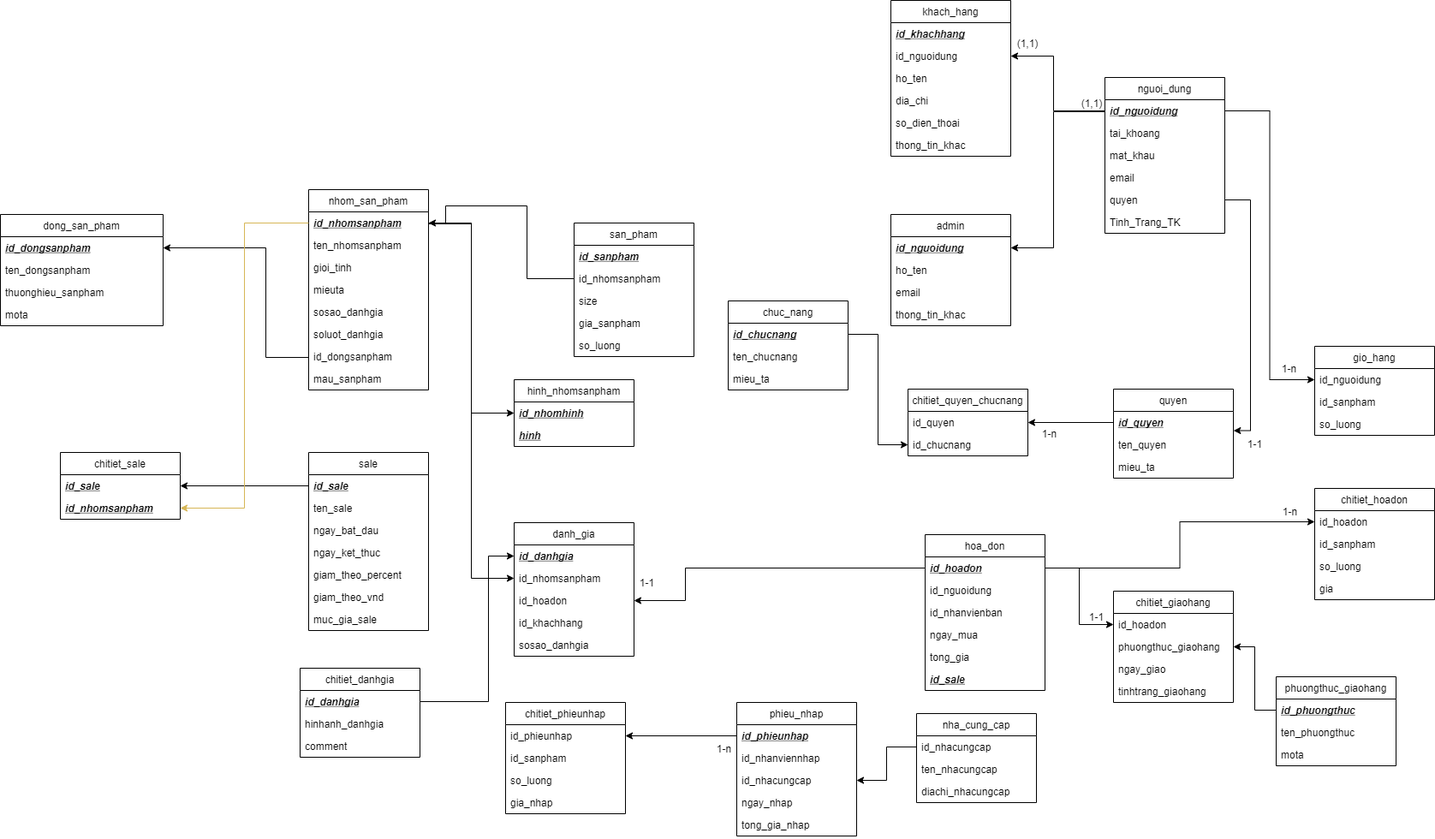
KruLb01/project_web2 keeps this draw.io diagram as Db_name_table.png. Above is the earlier version. Source tidied: cells renumbered, new cells last; positions are measured from the earlier drawing's top-left corner, leaving out a move shared by most shapes.
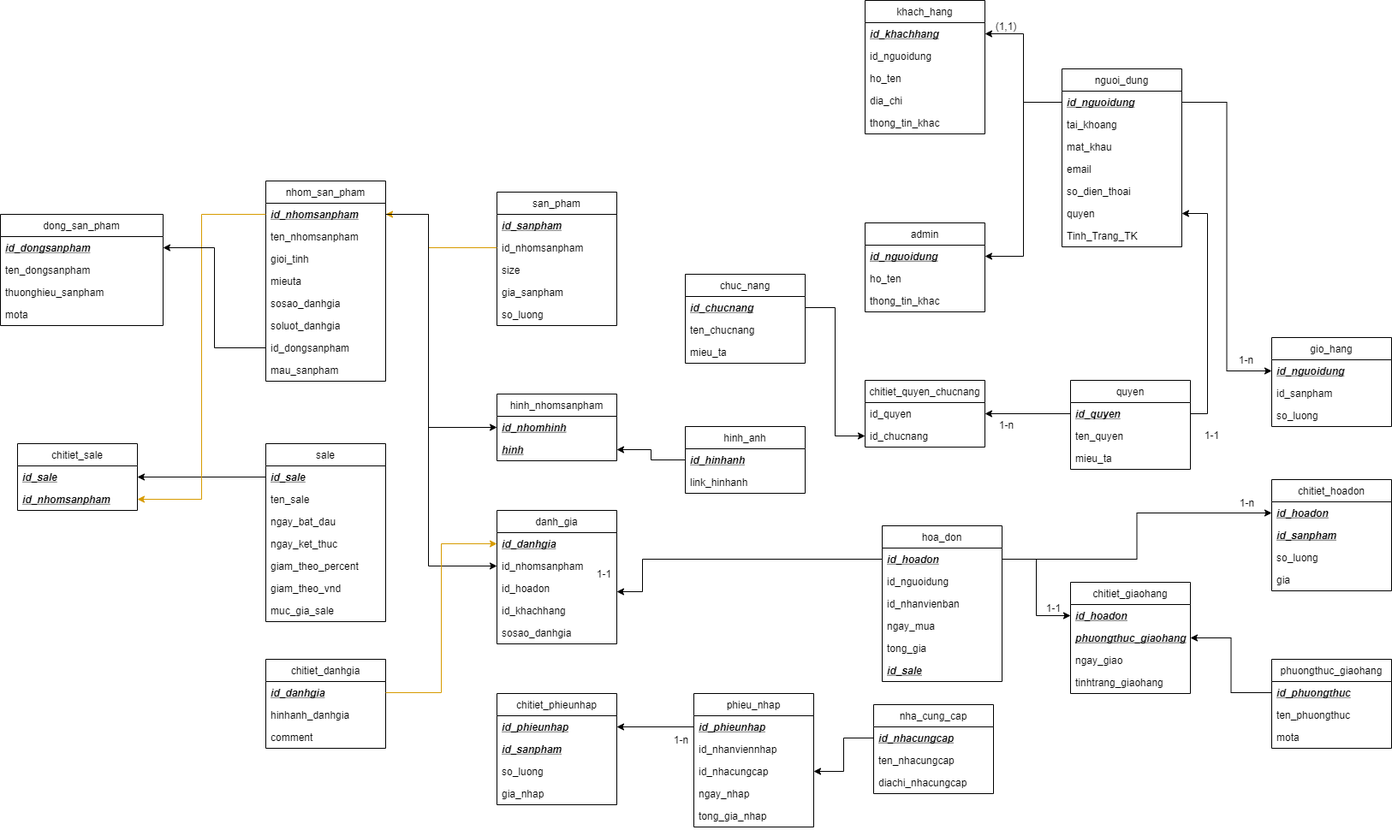
Above is the later version.

Commit message:
13/5 - thanhhoa - update db diagram

What changed in the source:
```diff
@@ -32,3 +32,3 @@
     <mxCell id="11" value="danh_gia" style="swimlane;fontStyle=0;horizontal=1;startSize=26;fillColor=none;" parent="1" vertex="1">
-      <mxGeometry x="600" y="610" width="140" height="156" as="geometry" />
+      <mxGeometry x="630" y="606" width="140" height="156" as="geometry" />
     </mxCell>
@@ -50,3 +50,3 @@
     <mxCell id="17" value="khach_hang" style="swimlane;fontStyle=0;horizontal=1;startSize=26;fillColor=none;" parent="1" vertex="1">
-      <mxGeometry x="1040" width="140" height="182" as="geometry" />
+      <mxGeometry x="1060" y="10" width="140" height="156" as="geometry" />
     </mxCell>
@@ -64,10 +64,7 @@
     </mxCell>
-    <mxCell id="22" value="so_dien_thoai" style="text;strokeColor=none;fillColor=none;align=left;verticalAlign=top;spacingLeft=4;spacingRight=4;overflow=hidden;" parent="17" vertex="1">
-      <mxGeometry y="130" width="140" height="26" as="geometry" />
-    </mxCell>
     <mxCell id="23" value="thong_tin_khac" style="text;strokeColor=none;fillColor=none;align=left;verticalAlign=top;spacingLeft=4;spacingRight=4;overflow=hidden;" parent="17" vertex="1">
-      <mxGeometry y="156" width="140" height="26" as="geometry" />
+      <mxGeometry y="130" width="140" height="26" as="geometry" />
     </mxCell>
     <mxCell id="24" value="nguoi_dung" style="swimlane;fontStyle=0;horizontal=1;startSize=26;fillColor=none;" parent="1" vertex="1">
-      <mxGeometry x="1290" y="90" width="140" height="182" as="geometry" />
+      <mxGeometry x="1290" y="90" width="140" height="208" as="geometry" />
     </mxCell>
@@ -85,7 +82,10 @@
     </mxCell>
+    <mxCell id="22" value="so_dien_thoai" style="text;strokeColor=none;fillColor=none;align=left;verticalAlign=top;spacingLeft=4;spacingRight=4;overflow=hidden;" parent="24" vertex="1">
+      <mxGeometry y="130" width="140" height="26" as="geometry" />
+    </mxCell>
     <mxCell id="29" value="quyen" style="text;strokeColor=none;fillColor=none;align=left;verticalAlign=top;spacingLeft=4;spacingRight=4;overflow=hidden;points=[[0,0.5],[1,0.5]];portConstraint=eastwest;" parent="24" vertex="1">
-      <mxGeometry y="130" width="140" height="26" as="geometry" />
+      <mxGeometry y="156" width="140" height="26" as="geometry" />
     </mxCell>
     <mxCell id="30" value="Tinh_Trang_TK" style="text;strokeColor=none;fillColor=none;align=left;verticalAlign=top;spacingLeft=4;spacingRight=4;overflow=hidden;" parent="24" vertex="1">
-      <mxGeometry y="156" width="140" height="26" as="geometry" />
+      <mxGeometry y="182" width="140" height="26" as="geometry" />
     </mxCell>
@@ -104,3 +104,3 @@
     <mxCell id="35" value="chuc_nang" style="swimlane;fontStyle=0;horizontal=1;startSize=26;fillColor=none;" parent="1" vertex="1">
-      <mxGeometry x="850" y="351" width="140" height="104" as="geometry" />
+      <mxGeometry x="850" y="330" width="140" height="104" as="geometry" />
     </mxCell>
@@ -127,3 +127,3 @@
     </mxCell>
-    <mxCell id="43" value="id_nguoidung" style="text;strokeColor=none;fillColor=none;align=left;verticalAlign=top;spacingLeft=4;spacingRight=4;overflow=hidden;points=[[0,0.5],[1,0.5]];portConstraint=eastwest;" parent="42" vertex="1">
+    <mxCell id="43" value="id_nguoidung" style="text;strokeColor=none;fillColor=none;align=left;verticalAlign=top;spacingLeft=4;spacingRight=4;overflow=hidden;points=[[0,0.5],[1,0.5]];portConstraint=eastwest;fontStyle=7;" parent="42" vertex="1">
       <mxGeometry y="26" width="140" height="26" as="geometry" />
@@ -139,6 +139,6 @@
     </mxCell>
-    <mxCell id="47" value="id_hoadon" style="text;strokeColor=none;fillColor=none;align=left;verticalAlign=top;spacingLeft=4;spacingRight=4;overflow=hidden;points=[[0,0.5],[1,0.5]];portConstraint=eastwest;" parent="46" vertex="1">
+    <mxCell id="47" value="id_hoadon" style="text;strokeColor=none;fillColor=none;align=left;verticalAlign=top;spacingLeft=4;spacingRight=4;overflow=hidden;points=[[0,0.5],[1,0.5]];portConstraint=eastwest;fontStyle=7;" parent="46" vertex="1">
       <mxGeometry y="26" width="140" height="26" as="geometry" />
     </mxCell>
-    <mxCell id="48" value="id_sanpham" style="text;strokeColor=none;fillColor=none;align=left;verticalAlign=top;spacingLeft=4;spacingRight=4;overflow=hidden;" parent="46" vertex="1">
+    <mxCell id="48" value="id_sanpham" style="text;strokeColor=none;fillColor=none;align=left;verticalAlign=top;spacingLeft=4;spacingRight=4;overflow=hidden;fontStyle=7;" parent="46" vertex="1">
       <mxGeometry y="52" width="140" height="26" as="geometry" />
@@ -173,3 +173,3 @@
     <mxCell id="58" value="phuongthuc_giaohang" style="swimlane;fontStyle=0;horizontal=1;startSize=26;fillColor=none;" parent="1" vertex="1">
-      <mxGeometry x="1490" y="790" width="140" height="104" as="geometry" />
+      <mxGeometry x="1535" y="780" width="140" height="104" as="geometry" />
     </mxCell>
@@ -194,8 +194,8 @@
     <mxCell id="65" value="chitiet_phieunhap" style="swimlane;fontStyle=0;horizontal=1;startSize=26;fillColor=none;" parent="1" vertex="1">
-      <mxGeometry x="590" y="820" width="140" height="130" as="geometry" />
+      <mxGeometry x="630" y="820" width="140" height="130" as="geometry" />
     </mxCell>
-    <mxCell id="66" value="id_phieunhap" style="text;strokeColor=none;fillColor=none;align=left;verticalAlign=top;spacingLeft=4;spacingRight=4;overflow=hidden;points=[[0,0.5],[1,0.5]];portConstraint=eastwest;" parent="65" vertex="1">
+    <mxCell id="66" value="id_phieunhap" style="text;strokeColor=none;fillColor=none;align=left;verticalAlign=top;spacingLeft=4;spacingRight=4;overflow=hidden;points=[[0,0.5],[1,0.5]];portConstraint=eastwest;fontStyle=7;" parent="65" vertex="1">
       <mxGeometry y="26" width="140" height="26" as="geometry" />
     </mxCell>
-    <mxCell id="67" value="id_sanpham" style="text;strokeColor=none;fillColor=none;align=left;verticalAlign=top;spacingLeft=4;spacingRight=4;overflow=hidden;" parent="65" vertex="1">
+    <mxCell id="67" value="id_sanpham" style="text;strokeColor=none;fillColor=none;align=left;verticalAlign=top;spacingLeft=4;spacingRight=4;overflow=hidden;fontStyle=7;" parent="65" vertex="1">
       <mxGeometry y="52" width="140" height="26" as="geometry" />
@@ -227,3 +227,8 @@
     <mxCell id="76" style="edgeStyle=orthogonalEdgeStyle;rounded=0;jettySize=auto;html=1;entryX=0;entryY=0.5;entryDx=0;entryDy=0;" parent="1" edge="1" source="3" target="13">
-      <mxGeometry relative="1" as="geometry" />
+      <mxGeometry relative="1" as="geometry">
+        <Array as="points">
+          <mxPoint x="550" y="260" />
+          <mxPoint x="550" y="671" />
+        </Array>
+      </mxGeometry>
     </mxCell>
@@ -232,18 +237,2 @@
     </mxCell>
-    <mxCell id="78" style="edgeStyle=orthogonalEdgeStyle;rounded=0;jettySize=auto;html=1;entryX=1;entryY=0.5;entryDx=0;entryDy=0;" parent="1" edge="1" source="25" target="19">
-      <mxGeometry relative="1" as="geometry">
-        <Array as="points">
-          <mxPoint x="1230" y="129" />
-          <mxPoint x="1230" y="65" />
-        </Array>
-      </mxGeometry>
-    </mxCell>
-    <mxCell id="79" style="edgeStyle=orthogonalEdgeStyle;rounded=0;jettySize=auto;html=1;entryX=1.002;entryY=0.865;entryDx=0;entryDy=0;entryPerimeter=0;" parent="1" edge="1" source="29" target="32">
-      <mxGeometry relative="1" as="geometry">
-        <Array as="points">
-          <mxPoint x="1460" y="233" />
-          <mxPoint x="1460" y="503" />
-        </Array>
-      </mxGeometry>
-    </mxCell>
     <mxCell id="80" style="edgeStyle=orthogonalEdgeStyle;rounded=0;jettySize=auto;html=1;exitX=0;exitY=0.5;exitDx=0;exitDy=0;entryX=1;entryY=0.5;entryDx=0;entryDy=0;" parent="1" edge="1" source="32" target="40">
@@ -289,6 +278,6 @@
     </mxCell>
-    <mxCell id="92" value="id_hoadon" style="text;strokeColor=none;fillColor=none;align=left;verticalAlign=top;spacingLeft=4;spacingRight=4;overflow=hidden;points=[[0,0.5],[1,0.5]];portConstraint=eastwest;" parent="91" vertex="1">
+    <mxCell id="92" value="id_hoadon" style="text;strokeColor=none;fillColor=none;align=left;verticalAlign=top;spacingLeft=4;spacingRight=4;overflow=hidden;points=[[0,0.5],[1,0.5]];portConstraint=eastwest;fontStyle=7;" parent="91" vertex="1">
       <mxGeometry y="26" width="140" height="26" as="geometry" />
     </mxCell>
-    <mxCell id="93" value="phuongthuc_giaohang" style="text;strokeColor=none;fillColor=none;align=left;verticalAlign=top;spacingLeft=4;spacingRight=4;overflow=hidden;points=[[0,0.5],[1,0.5]];portConstraint=eastwest;" parent="91" vertex="1">
+    <mxCell id="93" value="phuongthuc_giaohang" style="text;strokeColor=none;fillColor=none;align=left;verticalAlign=top;spacingLeft=4;spacingRight=4;overflow=hidden;points=[[0,0.5],[1,0.5]];portConstraint=eastwest;fontStyle=7;" parent="91" vertex="1">
       <mxGeometry y="52" width="140" height="26" as="geometry" />
@@ -311,3 +300,3 @@
     <mxCell id="99" value="hinh_nhomsanpham" style="swimlane;fontStyle=0;horizontal=1;startSize=26;fillColor=none;" parent="1" vertex="1">
-      <mxGeometry x="600" y="443" width="140" height="78" as="geometry" />
+      <mxGeometry x="630" y="470" width="140" height="78" as="geometry" />
     </mxCell>
@@ -319,13 +308,4 @@
     </mxCell>
-    <mxCell id="102" style="edgeStyle=orthogonalEdgeStyle;rounded=0;jettySize=auto;html=1;entryX=0;entryY=0.5;entryDx=0;entryDy=0;exitX=1;exitY=0.5;exitDx=0;exitDy=0;" parent="1" edge="1" source="3" target="100">
-      <mxGeometry relative="1" as="geometry">
-        <Array as="points">
-          <mxPoint x="500" y="261" />
-          <mxPoint x="550" y="261" />
-          <mxPoint x="550" y="482" />
-        </Array>
-      </mxGeometry>
-    </mxCell>
     <mxCell id="103" value="chitiet_danhgia" style="swimlane;fontStyle=0;horizontal=1;startSize=26;fillColor=none;" parent="1" vertex="1">
-      <mxGeometry x="350" y="780" width="140" height="104" as="geometry" />
+      <mxGeometry x="360" y="780" width="140" height="104" as="geometry" />
     </mxCell>
@@ -334,3 +314,3 @@
     </mxCell>
-    <mxCell id="105" value="hinhanh_danhgia" style="text;strokeColor=none;fillColor=none;align=left;verticalAlign=top;spacingLeft=4;spacingRight=4;overflow=hidden;fontStyle=0;" parent="103" vertex="1">
+    <mxCell id="105" value="hinhanh_danhgia" style="text;align=left;verticalAlign=top;spacingLeft=4;spacingRight=4;overflow=hidden;fontStyle=0;" parent="103" vertex="1">
       <mxGeometry y="52" width="140" height="26" as="geometry" />
@@ -340,12 +320,4 @@
     </mxCell>
-    <mxCell id="107" style="edgeStyle=orthogonalEdgeStyle;rounded=0;jettySize=auto;html=1;exitX=1;exitY=0.5;exitDx=0;exitDy=0;entryX=0;entryY=0.5;entryDx=0;entryDy=0;" parent="1" edge="1" source="104" target="12">
-      <mxGeometry relative="1" as="geometry">
-        <Array as="points">
-          <mxPoint x="570" y="819" />
-          <mxPoint x="570" y="649" />
-        </Array>
-      </mxGeometry>
-    </mxCell>
     <mxCell id="108" value="admin" style="swimlane;fontStyle=0;horizontal=1;startSize=26;fillColor=none;" parent="1" vertex="1">
-      <mxGeometry x="1040" y="250" width="140" height="130" as="geometry" />
+      <mxGeometry x="1060" y="270" width="140" height="104" as="geometry" />
     </mxCell>
@@ -357,25 +329,10 @@
     </mxCell>
-    <mxCell id="111" value="email" style="text;strokeColor=none;fillColor=none;align=left;verticalAlign=top;spacingLeft=4;spacingRight=4;overflow=hidden;" parent="108" vertex="1">
-      <mxGeometry y="78" width="140" height="26" as="geometry" />
-    </mxCell>
     <mxCell id="112" value="thong_tin_khac" style="text;strokeColor=none;fillColor=none;align=left;verticalAlign=top;spacingLeft=4;spacingRight=4;overflow=hidden;" parent="108" vertex="1">
-      <mxGeometry y="104" width="140" height="26" as="geometry" />
+      <mxGeometry y="78" width="140" height="26" as="geometry" />
     </mxCell>
     <mxCell id="113" value="(1,1)" style="text;html=1;strokeColor=none;fillColor=none;align=center;verticalAlign=middle;whiteSpace=wrap;rounded=0;" parent="1" vertex="1">
-      <mxGeometry x="1180" y="40" width="40" height="20" as="geometry" />
+      <mxGeometry x="1205" y="30" width="40" height="20" as="geometry" />
     </mxCell>
-    <mxCell id="114" value="(1,1)" style="text;html=1;strokeColor=none;fillColor=none;align=center;verticalAlign=middle;whiteSpace=wrap;rounded=0;" parent="1" vertex="1">
-      <mxGeometry x="1255" y="110" width="40" height="20" as="geometry" />
-    </mxCell>
-    <mxCell id="115" style="edgeStyle=orthogonalEdgeStyle;rounded=0;jettySize=auto;html=1;entryX=1;entryY=0.5;entryDx=0;entryDy=0;exitX=0;exitY=0.5;exitDx=0;exitDy=0;" parent="1" edge="1" source="25" target="109">
-      <mxGeometry relative="1" as="geometry">
-        <Array as="points">
-          <mxPoint x="1290" y="130" />
-          <mxPoint x="1230" y="130" />
-          <mxPoint x="1230" y="289" />
-        </Array>
-      </mxGeometry>
-    </mxCell>
     <mxCell id="116" value="dong_san_pham" style="swimlane;fontStyle=0;horizontal=1;startSize=26;fillColor=none;" parent="1" vertex="1">
-      <mxGeometry y="250" width="190" height="130" as="geometry" />
+      <mxGeometry x="50" y="260" width="190" height="130" as="geometry" />
     </mxCell>
@@ -393,12 +350,4 @@
     </mxCell>
-    <mxCell id="121" style="edgeStyle=orthogonalEdgeStyle;rounded=0;jettySize=auto;html=1;exitX=0;exitY=0.5;exitDx=0;exitDy=0;" parent="1" edge="1" source="9" target="117">
-      <mxGeometry relative="1" as="geometry">
-        <Array as="points">
-          <mxPoint x="310" y="417" />
-          <mxPoint x="310" y="289" />
-        </Array>
-      </mxGeometry>
-    </mxCell>
     <mxCell id="122" value="san_pham" style="swimlane;fontStyle=0;horizontal=1;startSize=26;fillColor=none;" parent="1" vertex="1">
-      <mxGeometry x="670" y="260" width="140" height="156" as="geometry" />
+      <mxGeometry x="630" y="234" width="140" height="156" as="geometry" />
     </mxCell>
@@ -419,12 +368,2 @@
     </mxCell>
-    <mxCell id="128" style="edgeStyle=orthogonalEdgeStyle;rounded=0;jettySize=auto;html=1;entryX=1;entryY=0.5;entryDx=0;entryDy=0;" parent="1" edge="1" source="124" target="3">
-      <mxGeometry relative="1" as="geometry">
-        <Array as="points">
-          <mxPoint x="615" y="325" />
-          <mxPoint x="615" y="240" />
-          <mxPoint x="520" y="240" />
-          <mxPoint x="520" y="260" />
-        </Array>
-      </mxGeometry>
-    </mxCell>
     <mxCell id="129" value="sale" style="swimlane;fontStyle=0;horizontal=1;startSize=26;fillColor=none;" parent="1" vertex="1">
@@ -459,3 +398,3 @@
     </mxCell>
-    <mxCell id="139" value="id_nhacungcap" style="text;strokeColor=none;fillColor=none;align=left;verticalAlign=top;spacingLeft=4;spacingRight=4;overflow=hidden;points=[[0,0.5],[1,0.5]];portConstraint=eastwest;" parent="138" vertex="1">
+    <mxCell id="139" value="id_nhacungcap" style="text;strokeColor=none;fillColor=none;align=left;verticalAlign=top;spacingLeft=4;spacingRight=4;overflow=hidden;points=[[0,0.5],[1,0.5]];portConstraint=eastwest;fontStyle=7;" parent="138" vertex="1">
       <mxGeometry y="26" width="140" height="26" as="geometry" />
@@ -471,5 +410,48 @@
     </mxCell>
-    <mxCell id="143" style="edgeStyle=orthogonalEdgeStyle;rounded=0;jettySize=auto;html=1;fillColor=#fff2cc;strokeColor=#d6b656;" parent="1" edge="1" source="3" target="64">
+    <mxCell id="143" style="edgeStyle=orthogonalEdgeStyle;rounded=0;jettySize=auto;html=1;fillColor=#ffcd28;strokeColor=#d79b00;gradientColor=#ffa500;" parent="1" edge="1" source="3" target="64">
       <mxGeometry relative="1" as="geometry" />
     </mxCell>
+    <mxCell id="121" style="edgeStyle=orthogonalEdgeStyle;rounded=0;jettySize=auto;html=1;entryX=1;entryY=0.5;entryDx=0;entryDy=0;" parent="1" edge="1" source="9" target="117">
+      <mxGeometry relative="1" as="geometry" />
+    </mxCell>
+    <mxCell id="128" style="edgeStyle=orthogonalEdgeStyle;rounded=0;jettySize=auto;html=1;gradientColor=#ffa500;fillColor=#ffcd28;strokeColor=#d79b00;" parent="1" edge="1" source="124" target="3">
+      <mxGeometry relative="1" as="geometry">
+        <Array as="points">
+          <mxPoint x="550" y="299" />
+          <mxPoint x="550" y="260" />
+        </Array>
+      </mxGeometry>
+    </mxCell>
+    <mxCell id="102" style="edgeStyle=orthogonalEdgeStyle;rounded=0;jettySize=auto;html=1;" parent="1" edge="1" source="3" target="100">
+      <mxGeometry relative="1" as="geometry">
+        <Array as="points">
+          <mxPoint x="550" y="260" />
+          <mxPoint x="550" y="509" />
+        </Array>
+      </mxGeometry>
+    </mxCell>
+    <mxCell id="144" value="hinh_anh" style="swimlane;fontStyle=0;horizontal=1;startSize=26;fillColor=none;" parent="1" vertex="1">
+      <mxGeometry x="850" y="508" width="140" height="78" as="geometry" />
+    </mxCell>
+    <mxCell id="145" value="id_hinhanh" style="text;strokeColor=none;fillColor=none;align=left;verticalAlign=top;spacingLeft=4;spacingRight=4;overflow=hidden;points=[[0,0.5],[1,0.5]];portConstraint=eastwest;fontStyle=7;" parent="144" vertex="1">
+      <mxGeometry y="26" width="140" height="26" as="geometry" />
+    </mxCell>
+    <mxCell id="146" value="link_hinhanh" style="text;strokeColor=none;fillColor=none;align=left;verticalAlign=top;spacingLeft=4;spacingRight=4;overflow=hidden;" parent="144" vertex="1">
+      <mxGeometry y="52" width="140" height="26" as="geometry" />
+    </mxCell>
+    <mxCell id="147" style="edgeStyle=orthogonalEdgeStyle;rounded=0;jettySize=auto;html=1;" parent="1" edge="1" source="145" target="101">
+      <mxGeometry relative="1" as="geometry" />
+    </mxCell>
+    <mxCell id="148" style="edgeStyle=orthogonalEdgeStyle;rounded=0;jettySize=auto;html=1;" parent="1" edge="1" source="25" target="18">
+      <mxGeometry relative="1" as="geometry" />
+    </mxCell>
+    <mxCell id="115" style="edgeStyle=orthogonalEdgeStyle;rounded=0;jettySize=auto;html=1;" parent="1" edge="1" source="25" target="109">
+      <mxGeometry relative="1" as="geometry" />
+    </mxCell>
+    <mxCell id="149" style="edgeStyle=orthogonalEdgeStyle;rounded=0;jettySize=auto;html=1;exitX=1;exitY=0.5;exitDx=0;exitDy=0;" parent="1" edge="1" source="32" target="29">
+      <mxGeometry relative="1" as="geometry" />
+    </mxCell>
+    <mxCell id="107" style="edgeStyle=orthogonalEdgeStyle;rounded=0;jettySize=auto;html=1;entryX=0;entryY=0.5;entryDx=0;entryDy=0;gradientColor=#ffa500;fillColor=#ffcd28;strokeColor=#d79b00;" parent="1" edge="1" source="104" target="12">
+      <mxGeometry relative="1" as="geometry" />
+    </mxCell>
   </root>
```
